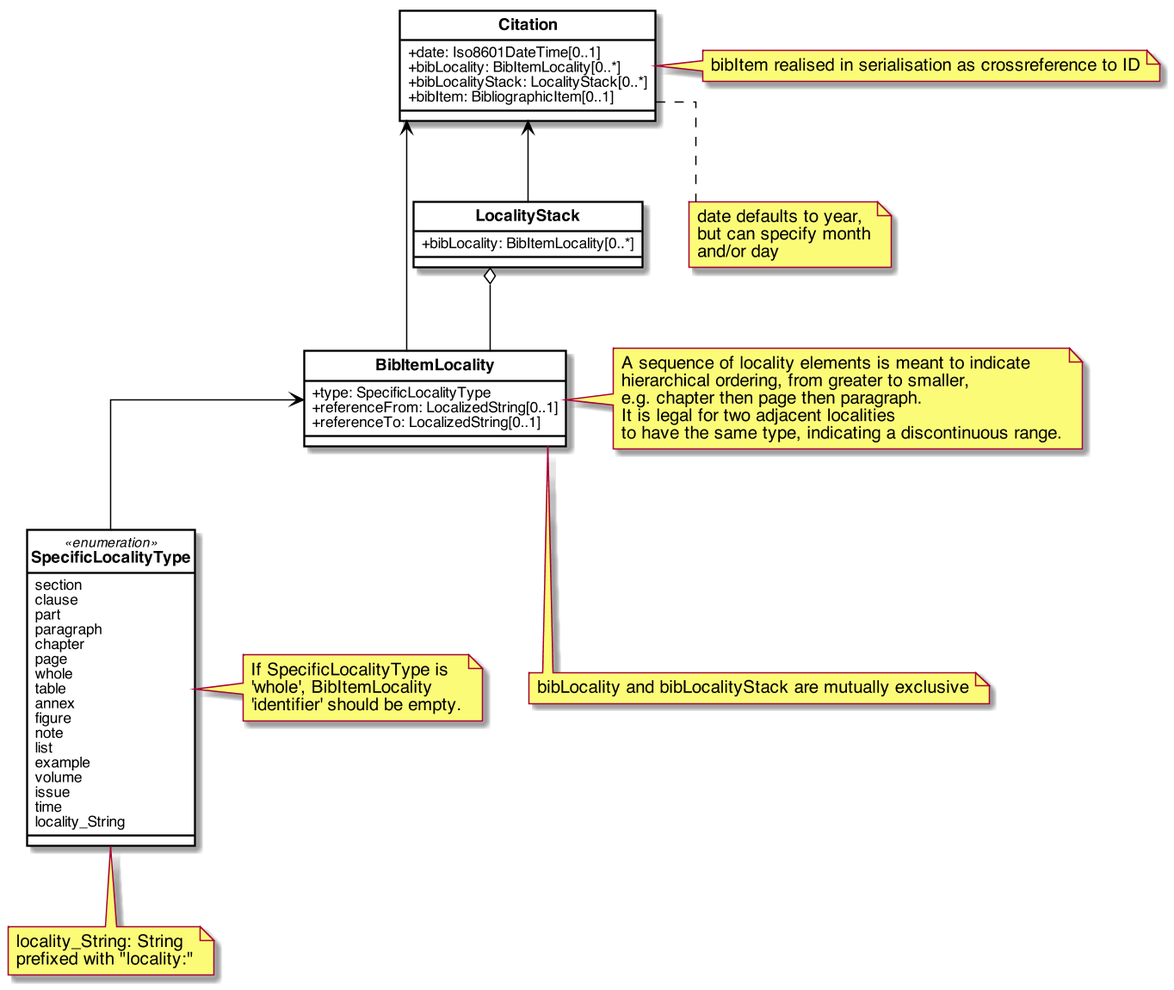
This is images/RelBib_Citation.png from relaton/relaton-models, a PlantUML export, as it was before one commit.
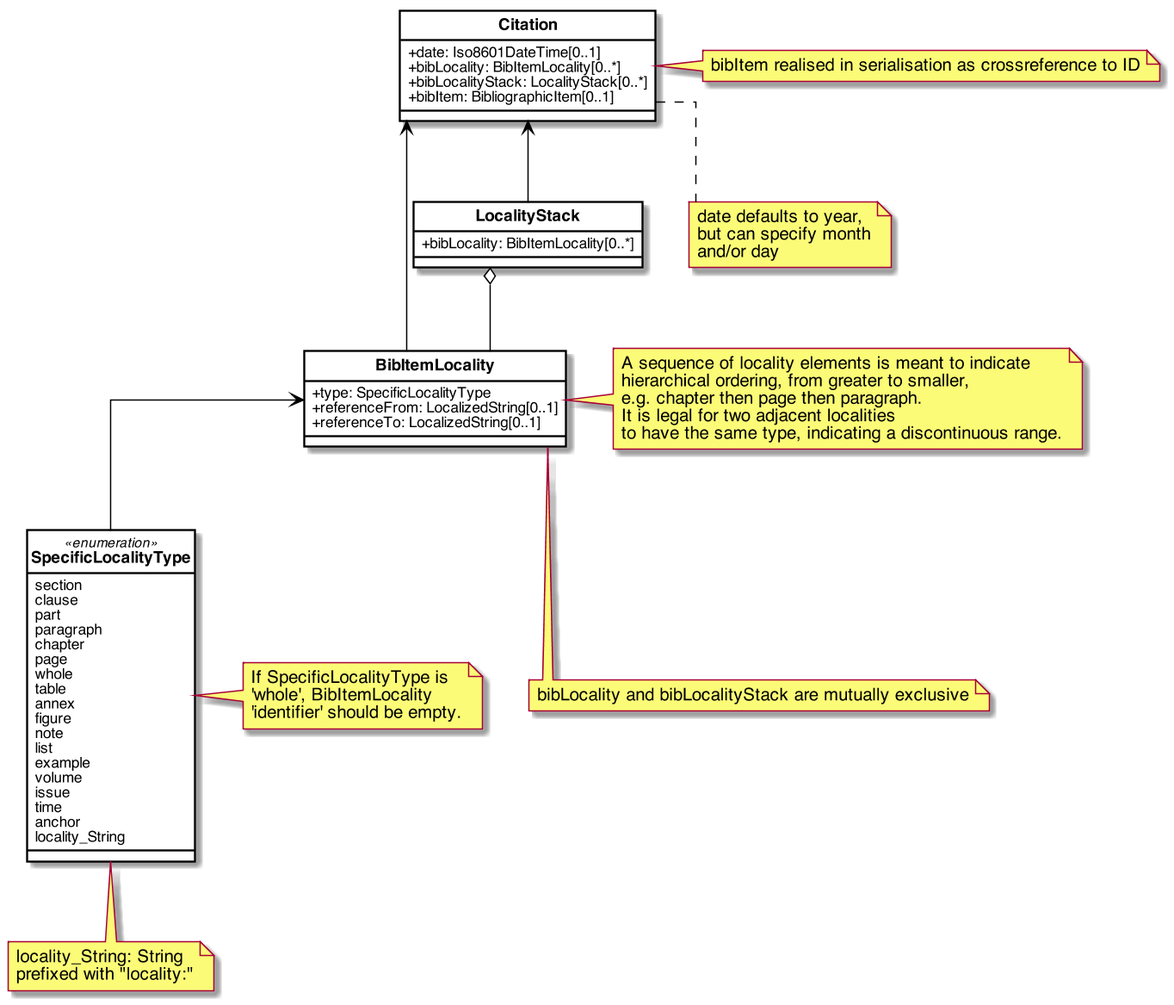
After the change.

Commit message:
add anchor locality: https://github.com/metanorma/metanorma/issues/57

What changed in the source:
```diff
@@ -75,6 +75,7 @@
     volume
     issue
     time
+    anchor
     locality_String
 }
 
```
